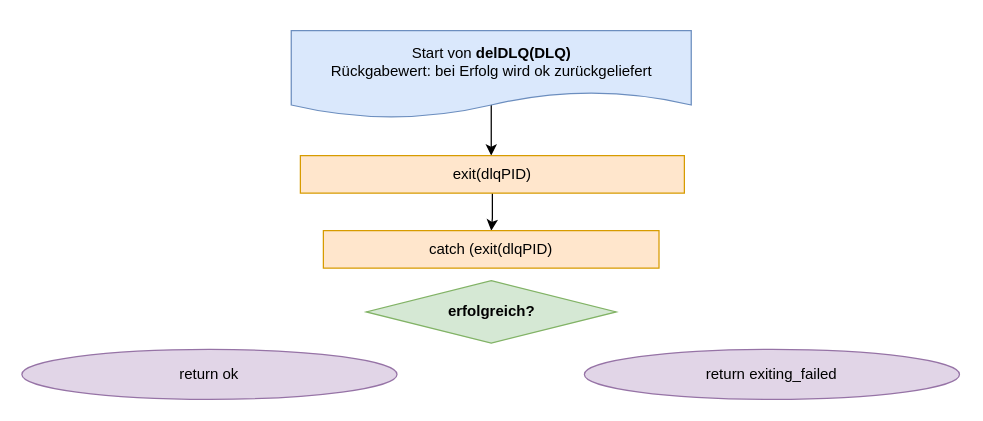
Before: Grafiken:Bilder/draw.io/DLQ/2. delDLQ.drawio in krisschaaf/Hausarbeit_Erlang_Queues, a draw.io diagram. Source tidied: cells renumbered, new cells numbered last; positions are measured from the earlier drawing's top-left corner, leaving out a move shared by most shapes. Both pictures are drawn from the tidied source at 125%, with x=0, y=0 at pixel (21, 30).
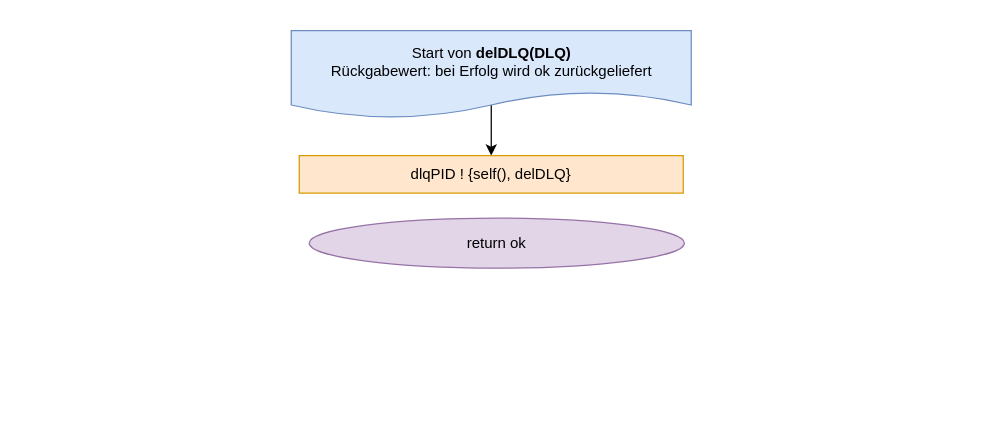
The same page after the edit.

Change to the diagram source:
```diff
@@
 <mxGraphModel>
   <root>
     <mxCell id="0" />
     <mxCell id="1" parent="0" />
     <mxCell id="2" style="edgeStyle=orthogonalEdgeStyle;rounded=0;jettySize=auto;html=1;exitX=0.5;exitY=0;exitDx=0;exitDy=0;" parent="1" edge="1" source="3">
       <mxGeometry relative="1" as="geometry">
         <mxPoint x="375.5" y="100" as="targetPoint" />
         <Array as="points">
           <mxPoint x="375.6" y="20" />
           <mxPoint x="375.6" y="20" />
         </Array>
       </mxGeometry>
     </mxCell>
     <mxCell id="3" value="Start von &lt;b&gt;delDLQ(DLQ)&lt;/b&gt;&lt;br&gt;Rückgabewert: bei Erfolg wird ok zurückgeliefert" style="shape=document;whiteSpace=wrap;html=1;boundedLbl=1;fillColor=#dae8fc;strokeColor=#6c8ebf;" parent="1" vertex="1">
       <mxGeometry x="215.5" width="320" height="70" as="geometry" />
     </mxCell>
     <mxCell id="4" value="return ok" style="ellipse;whiteSpace=wrap;html=1;rounded=0;fillColor=#e1d5e7;strokeColor=#9673a6;" parent="1" vertex="1">
-      <mxGeometry y="255" width="300.1" height="40" as="geometry" />
+      <mxGeometry x="229.9" y="150" width="300.1" height="40" as="geometry" />
     </mxCell>
-    <mxCell id="5" style="edgeStyle=orthogonalEdgeStyle;rounded=0;jettySize=auto;html=1;exitX=0.5;exitY=1;exitDx=0;exitDy=0;" parent="1" edge="1" source="6" target="7">
-      <mxGeometry relative="1" as="geometry" />
-    </mxCell>
-    <mxCell id="6" value="exit(dlqPID)" style="rounded=0;whiteSpace=wrap;html=1;fillColor=#ffe6cc;strokeColor=#d79b00;" parent="1" vertex="1">
-      <mxGeometry x="222.8" y="100" width="307.2" height="30" as="geometry" />
+    <mxCell id="6" value="dlqPID ! {self(), delDLQ}" style="rounded=0;whiteSpace=wrap;html=1;fillColor=#ffe6cc;strokeColor=#d79b00;" parent="1" vertex="1">
+      <mxGeometry x="221.9" y="100" width="307.2" height="30" as="geometry" />
     </mxCell>
-    <mxCell id="7" value="catch (exit(dlqPID)" style="rounded=0;whiteSpace=wrap;html=1;fillColor=#ffe6cc;strokeColor=#d79b00;" parent="1" vertex="1">
-      <mxGeometry x="241.2" y="160" width="268.5" height="30" as="geometry" />
-    </mxCell>
-    <mxCell id="8" value="erfolgreich?" style="rhombus;whiteSpace=wrap;html=1;rounded=0;fillColor=#d5e8d4;strokeColor=#82b366;fontStyle=1;" parent="1" vertex="1">
-      <mxGeometry x="275.5" y="200" width="200" height="50" as="geometry" />
-    </mxCell>
-    <mxCell id="9" value="return exiting_failed" style="ellipse;whiteSpace=wrap;html=1;rounded=0;fillColor=#e1d5e7;strokeColor=#9673a6;" parent="1" vertex="1">
-      <mxGeometry x="450" y="255" width="300.1" height="40" as="geometry" />
-    </mxCell>
   </root>
 </mxGraphModel>
```
